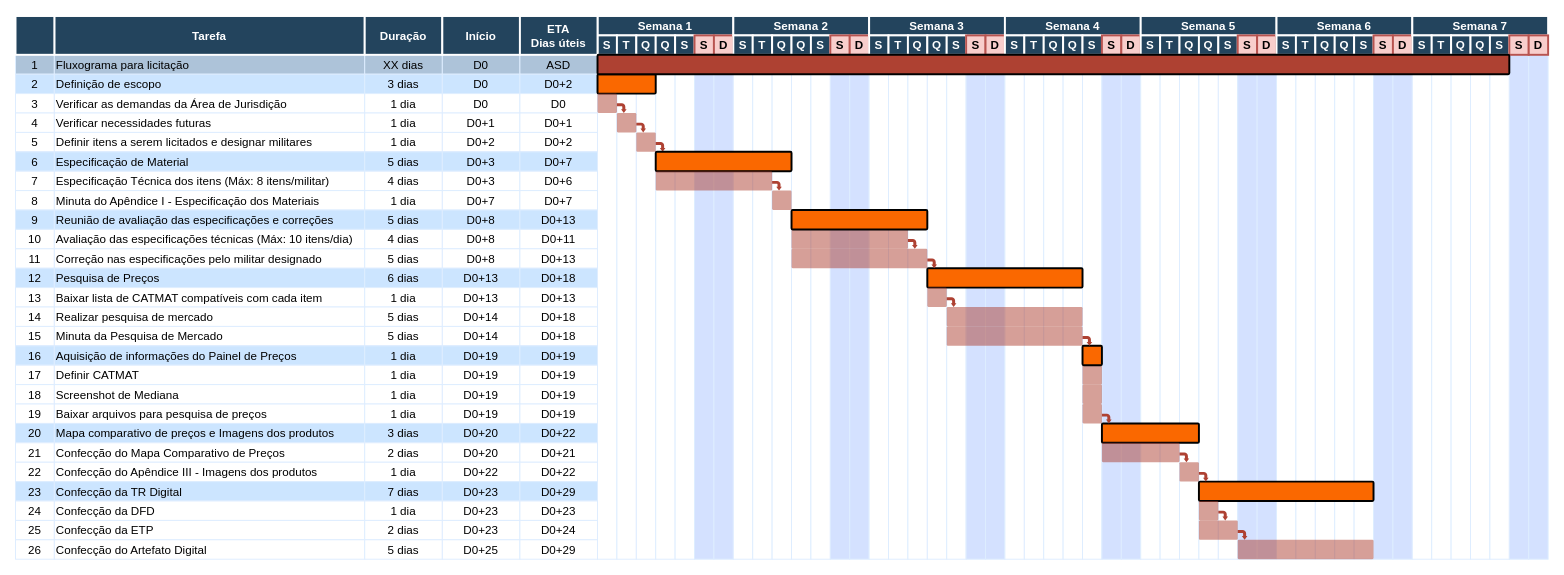
This is Diagrama_Gant_Licitacao.drawio from Joaovictor-gf/draw.io, a draw.io file, before an edit. Source tidied: cells renumbered, new cells numbered last; positions are measured from the earlier drawing's top-left corner, leaving out a move shared by most shapes. Both pictures are drawn from the tidied source at 97%, with x=0, y=0 at pixel (15, 16).
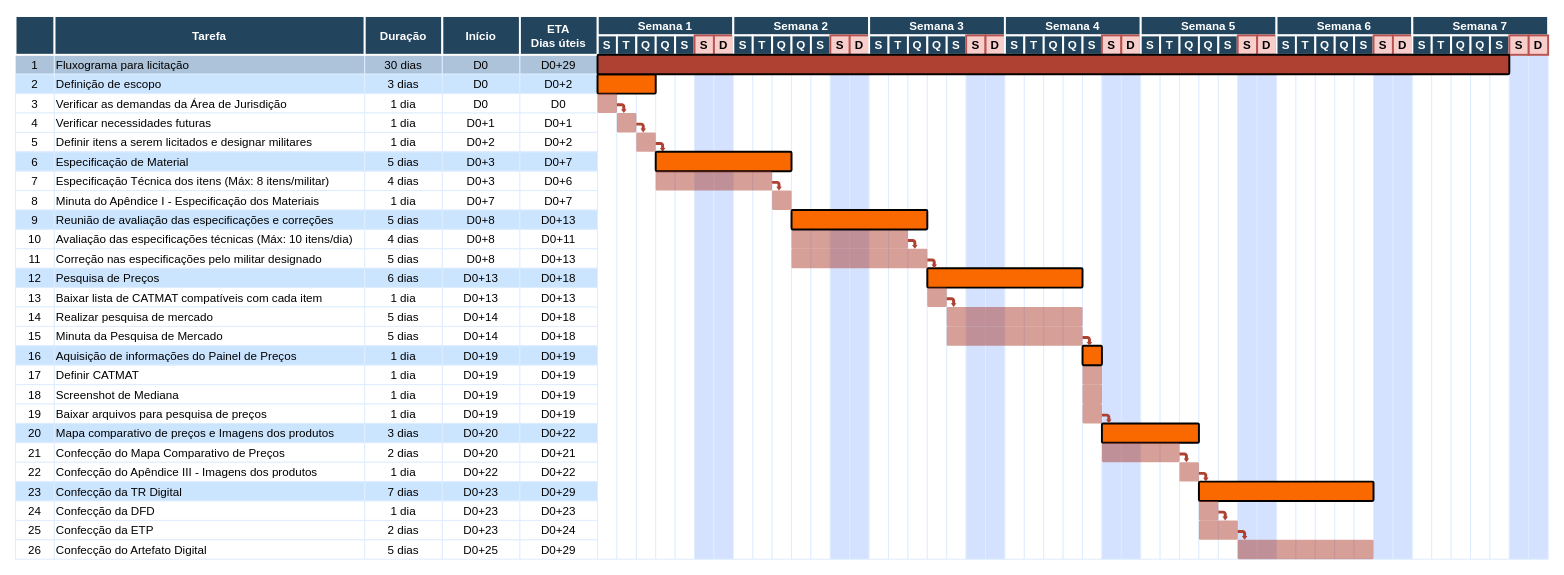
Above is the later version.

Commit message:
Computado duração e ETA do Diagrama_Gant_Licitacao.drawio

Diff of the diagram source:
```diff
@@
-    <mxCell id="4" value="XX dias" style="strokeColor=#DEEDFF;fillColor=#ADC3D9;" parent="1" vertex="1">
+    <mxCell id="4" value="30 dias" style="strokeColor=#DEEDFF;fillColor=#ADC3D9;" parent="1" vertex="1">
       <mxGeometry x="360.5" y="40" width="80" height="20" as="geometry" />
     </mxCell>
@@
-    <mxCell id="6" value="ASD" style="strokeColor=#DEEDFF;fillColor=#ADC3D9;" parent="1" vertex="1">
+    <mxCell id="6" value="D0+29" style="strokeColor=#DEEDFF;fillColor=#ADC3D9;" parent="1" vertex="1">
       <mxGeometry x="520.5" y="40" width="80" height="20" as="geometry" />
     </mxCell>
```
